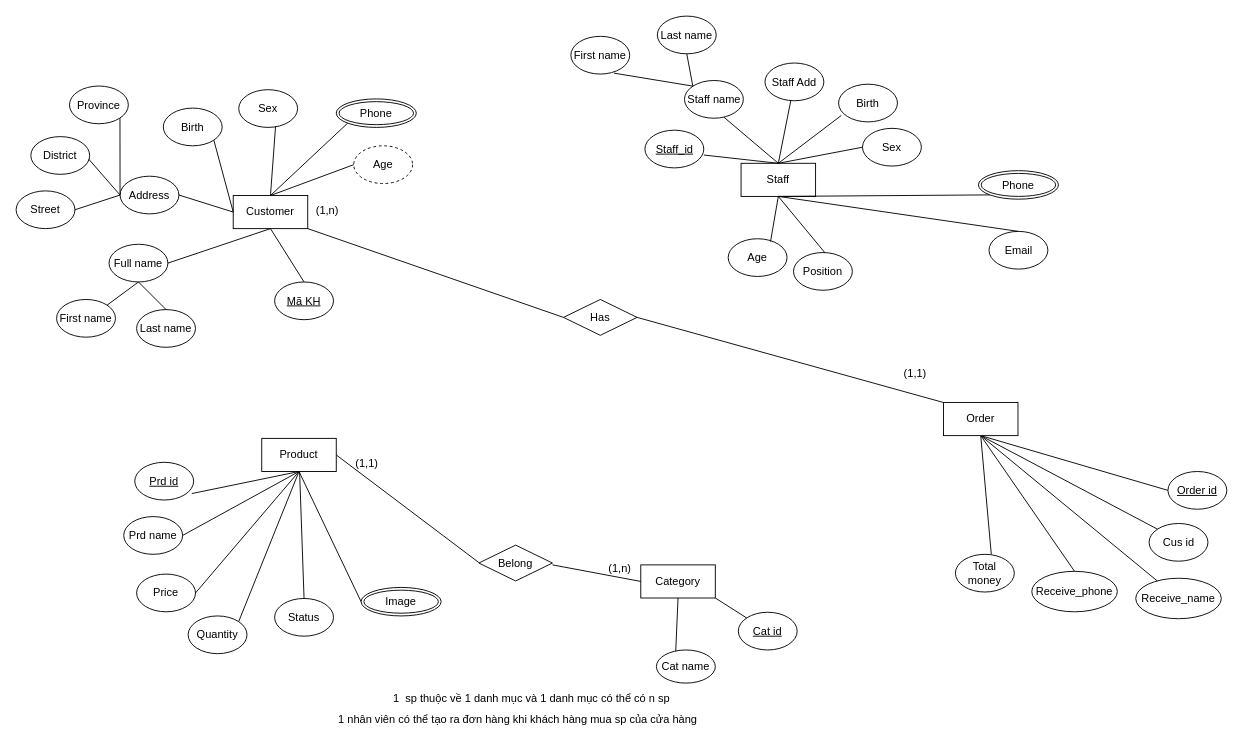
Above: thuctheyeu.drawio in DungCR7/PHP (draw.io), before the change. Source tidied: cells renumbered, new cells numbered last; positions are measured from the earlier drawing's top-left corner, leaving out a move shared by most shapes. Both pictures are drawn from the tidied source at 92%, with x=0, y=0 at pixel (16, 16).
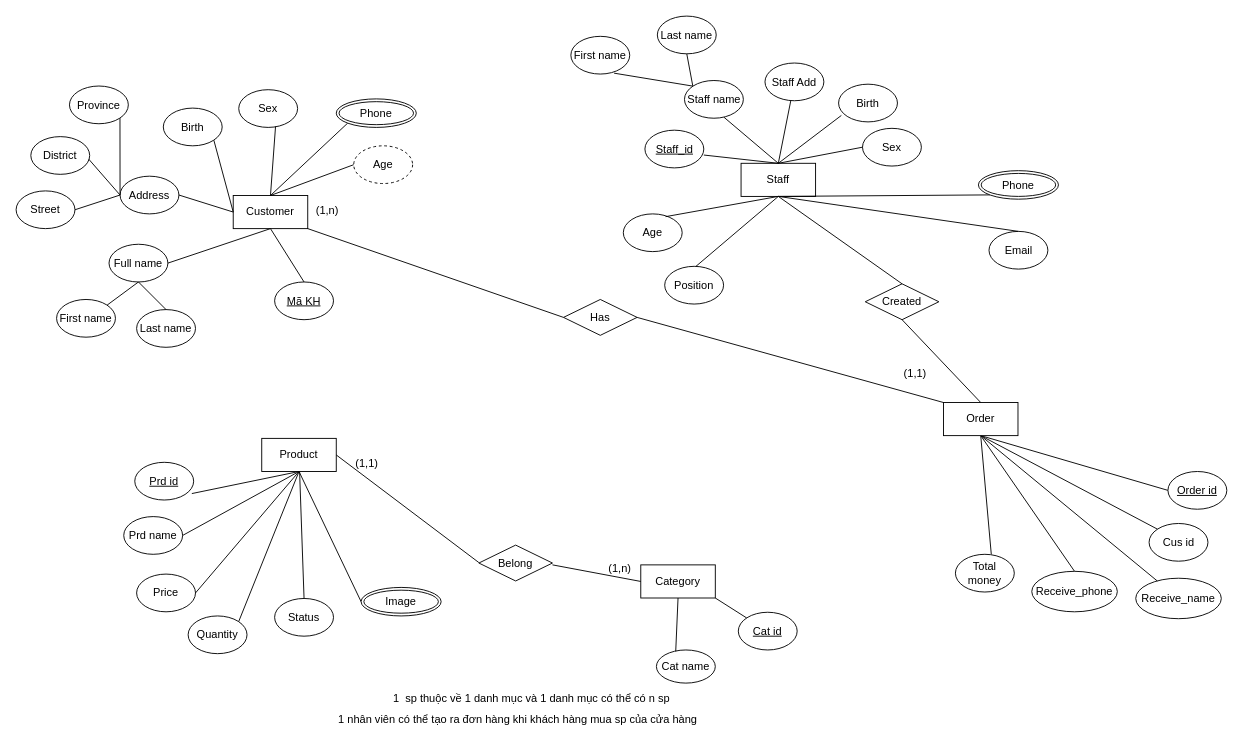
Above is the later version.

The change refers to these unchanged cells:
```xml
<mxCell id="3" value="Staff" style="rounded=0;whiteSpace=wrap;html=1;" parent="1" vertex="1">
  <mxGeometry x="788" y="160" width="81" height="36" as="geometry" />
</mxCell>
<mxCell id="85" value="Order" style="rounded=0;whiteSpace=wrap;html=1;" parent="1" vertex="1">
  <mxGeometry x="1008" y="420" width="81" height="36" as="geometry" />
</mxCell>
```

What changed in the source:
```diff
@@
     <mxCell id="24" value="Age" style="ellipse;whiteSpace=wrap;html=1;rounded=0;fontFamily=Helvetica;fontSize=12;fontColor=default;strokeColor=default;fillColor=default;" parent="1" vertex="1">
-      <mxGeometry x="774" y="242" width="64" height="41" as="geometry" />
+      <mxGeometry x="660" y="215" width="64" height="41" as="geometry" />
     </mxCell>
@@
     <mxCell id="26" value="Position" style="ellipse;whiteSpace=wrap;html=1;rounded=0;fontFamily=Helvetica;fontSize=12;fontColor=default;strokeColor=default;fillColor=default;" parent="1" vertex="1">
-      <mxGeometry x="845" y="257" width="64" height="41" as="geometry" />
+      <mxGeometry x="705" y="272" width="64" height="41" as="geometry" />
     </mxCell>
@@
+    <mxCell id="91" value="Created" style="rhombus;whiteSpace=wrap;html=1;rounded=0;fontFamily=Helvetica;fontSize=12;fontColor=default;strokeColor=default;fillColor=default;" parent="1" vertex="1">
+      <mxGeometry x="923" y="291" width="80" height="39" as="geometry" />
+    </mxCell>
+    <mxCell id="92" style="edgeStyle=orthogonalEdgeStyle;rounded=0;orthogonalLoop=1;jettySize=auto;html=1;exitX=0.5;exitY=1;exitDx=0;exitDy=0;fontFamily=Helvetica;fontSize=12;fontColor=default;" parent="1" edge="1" source="24" target="24">
+      <mxGeometry relative="1" as="geometry" />
+    </mxCell>
+    <mxCell id="93" style="endArrow=none;html=1;rounded=0;fontFamily=Helvetica;fontSize=12;fontColor=default;entryX=0.5;entryY=0;entryDx=0;entryDy=0;exitX=0.5;exitY=1;exitDx=0;exitDy=0;" parent="1" edge="1" source="91" target="85">
+      <mxGeometry relative="1" as="geometry" />
+    </mxCell>
+    <mxCell id="94" style="endArrow=none;html=1;rounded=0;fontFamily=Helvetica;fontSize=12;fontColor=default;entryX=0.5;entryY=1;entryDx=0;entryDy=0;exitX=0.5;exitY=0;exitDx=0;exitDy=0;" parent="1" edge="1" source="91" target="3">
+      <mxGeometry relative="1" as="geometry" />
+    </mxCell>
```
